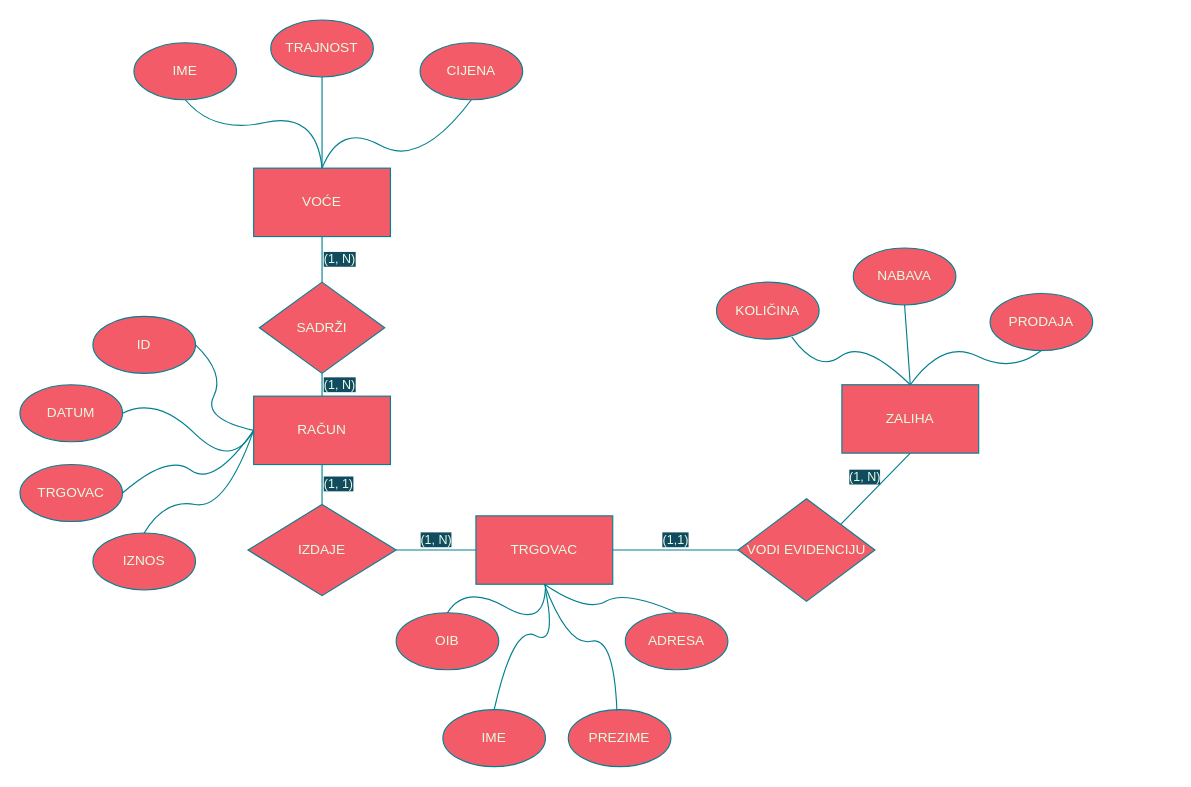
Above: Voćarna-er.drawio in abotica/Baze-podataka (draw.io), before the change. Source tidied: cells renumbered, new cells numbered last; positions are measured from the earlier drawing's top-left corner, leaving out a move shared by most shapes. Both pictures are drawn from the tidied source at 114%, with x=0, y=0 at pixel (19, 19).
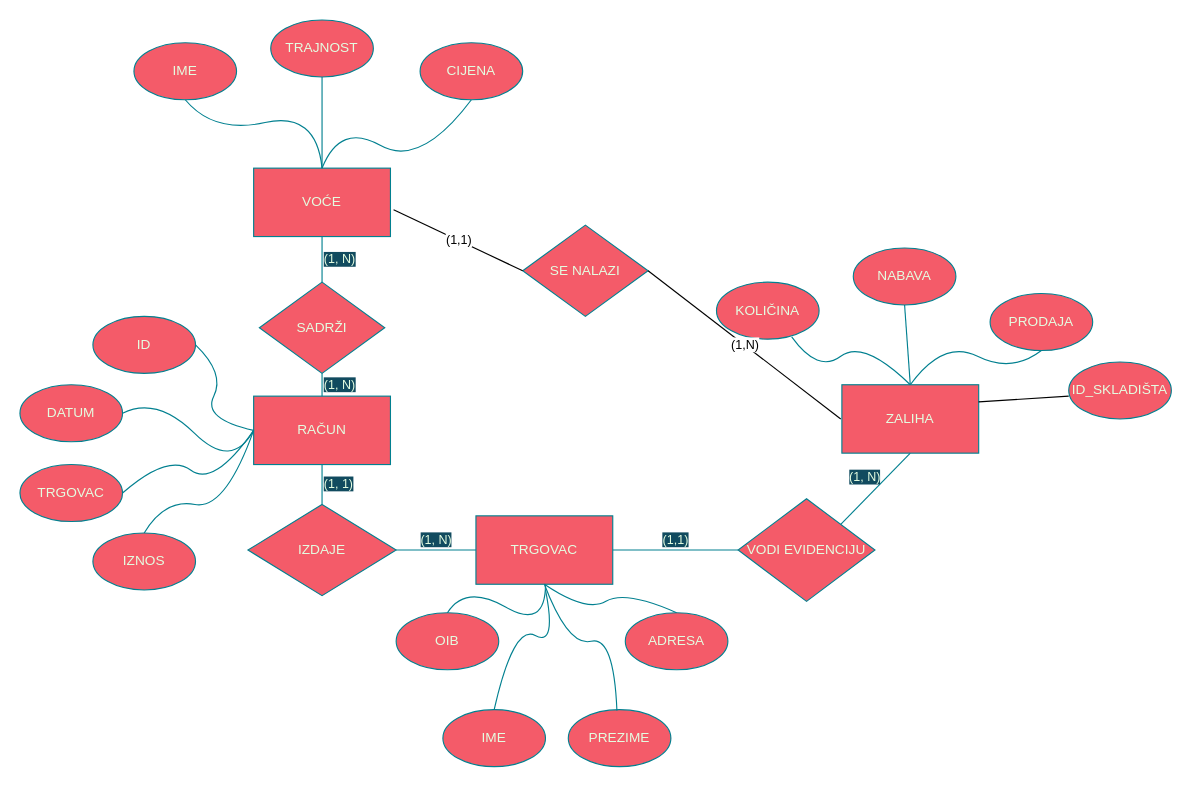
The same page after the edit.

Unchanged cells that the change refers to:
```xml
<mxCell id="11" value="VOĆE" style="rounded=0;whiteSpace=wrap;html=1;fillColor=#F45B69;strokeColor=#028090;fontColor=#E4FDE1;" parent="1" vertex="1">
  <mxGeometry x="205" y="130" width="120" height="60" as="geometry" />
</mxCell>
<mxCell id="13" value="ZALIHA" style="rounded=0;whiteSpace=wrap;html=1;fillColor=#F45B69;strokeColor=#028090;fontColor=#E4FDE1;" parent="1" vertex="1">
  <mxGeometry x="721" y="320" width="120" height="60" as="geometry" />
</mxCell>
```

The edit, as a diff of the source:
```diff
@@
+    <mxCell id="43" value="SE NALAZI" style="rhombus;whiteSpace=wrap;html=1;fillColor=#F45B69;strokeColor=#028090;fontColor=#E4FDE1;" parent="1" vertex="1">
+      <mxGeometry x="441" y="180" width="110" height="80" as="geometry" />
+    </mxCell>
+    <mxCell id="44" value="(1,N)" style="endArrow=none;html=1;rounded=0;exitX=1;exitY=0.5;exitDx=0;exitDy=0;" parent="1" edge="1" source="43">
+      <mxGeometry relative="1" as="geometry">
+        <mxPoint x="720" y="350" as="targetPoint" />
+      </mxGeometry>
+    </mxCell>
+    <mxCell id="45" value="(1,1)" style="endArrow=none;html=1;rounded=0;exitX=1.023;exitY=0.608;exitDx=0;exitDy=0;exitPerimeter=0;entryX=0;entryY=0.5;entryDx=0;entryDy=0;" parent="1" edge="1" source="11" target="43">
+      <mxGeometry relative="1" as="geometry" />
+    </mxCell>
+    <mxCell id="46" style="endArrow=none;html=1;rounded=0;exitX=1;exitY=0.25;exitDx=0;exitDy=0;" parent="1" edge="1" source="13">
+      <mxGeometry relative="1" as="geometry">
+        <mxPoint x="920" y="330" as="targetPoint" />
+      </mxGeometry>
+    </mxCell>
+    <mxCell id="47" value="ID_SKLADIŠTA" style="ellipse;whiteSpace=wrap;html=1;fillColor=#F45B69;strokeColor=#028090;fontColor=#E4FDE1;" parent="1" vertex="1">
+      <mxGeometry x="920" y="300" width="90" height="50" as="geometry" />
+    </mxCell>
```
